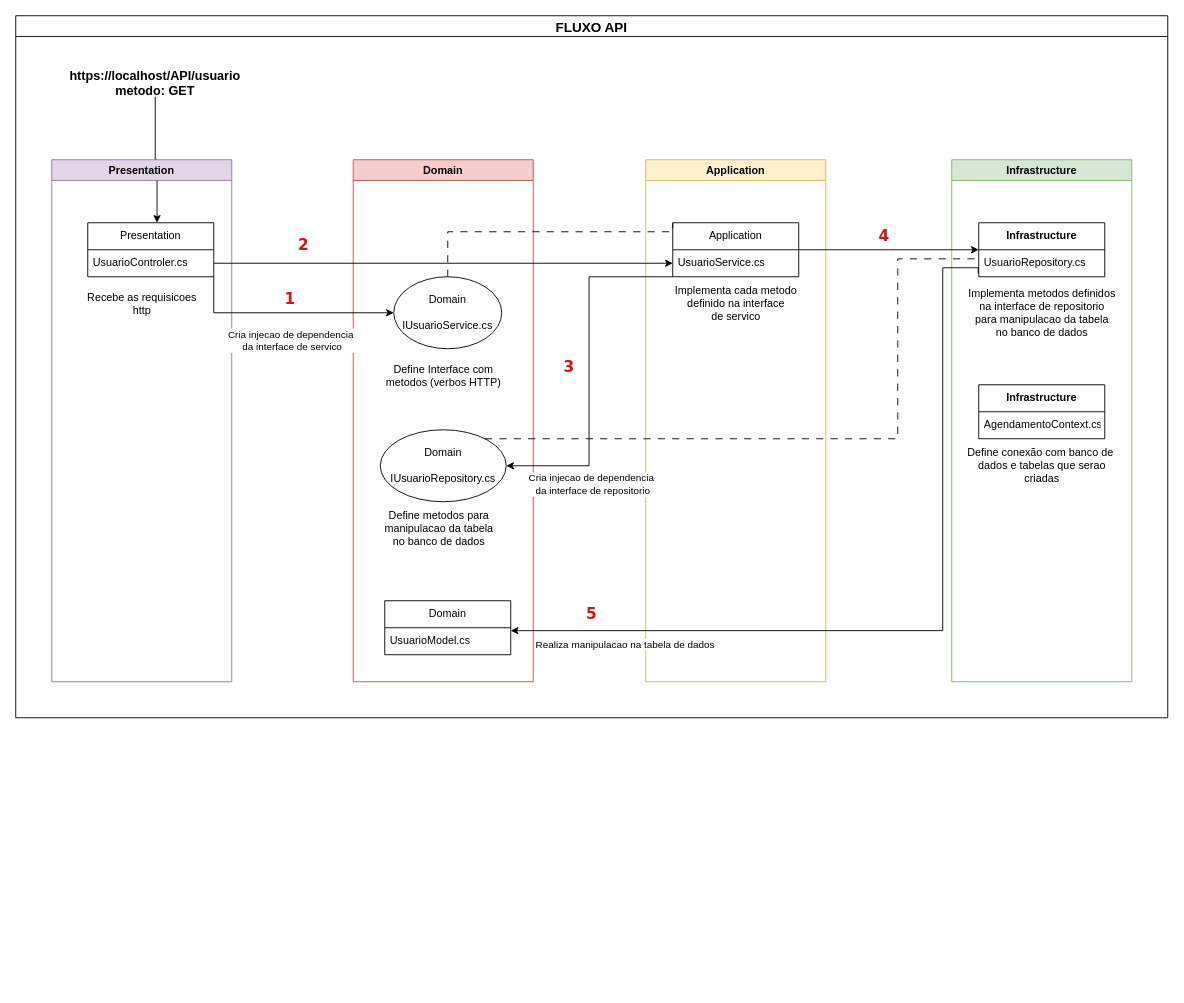
Earlier version of the draw.io diagram PUC_eixo06_fluxoApp.drawio (Allandpn/PUCMInas-Eixo06). Source tidied: cells renumbered, new cells numbered last; positions are measured from the earlier drawing's top-left corner, leaving out a move shared by most shapes. Both pictures are drawn from the tidied source at 90%, with x=0, y=0 at pixel (15, 15).
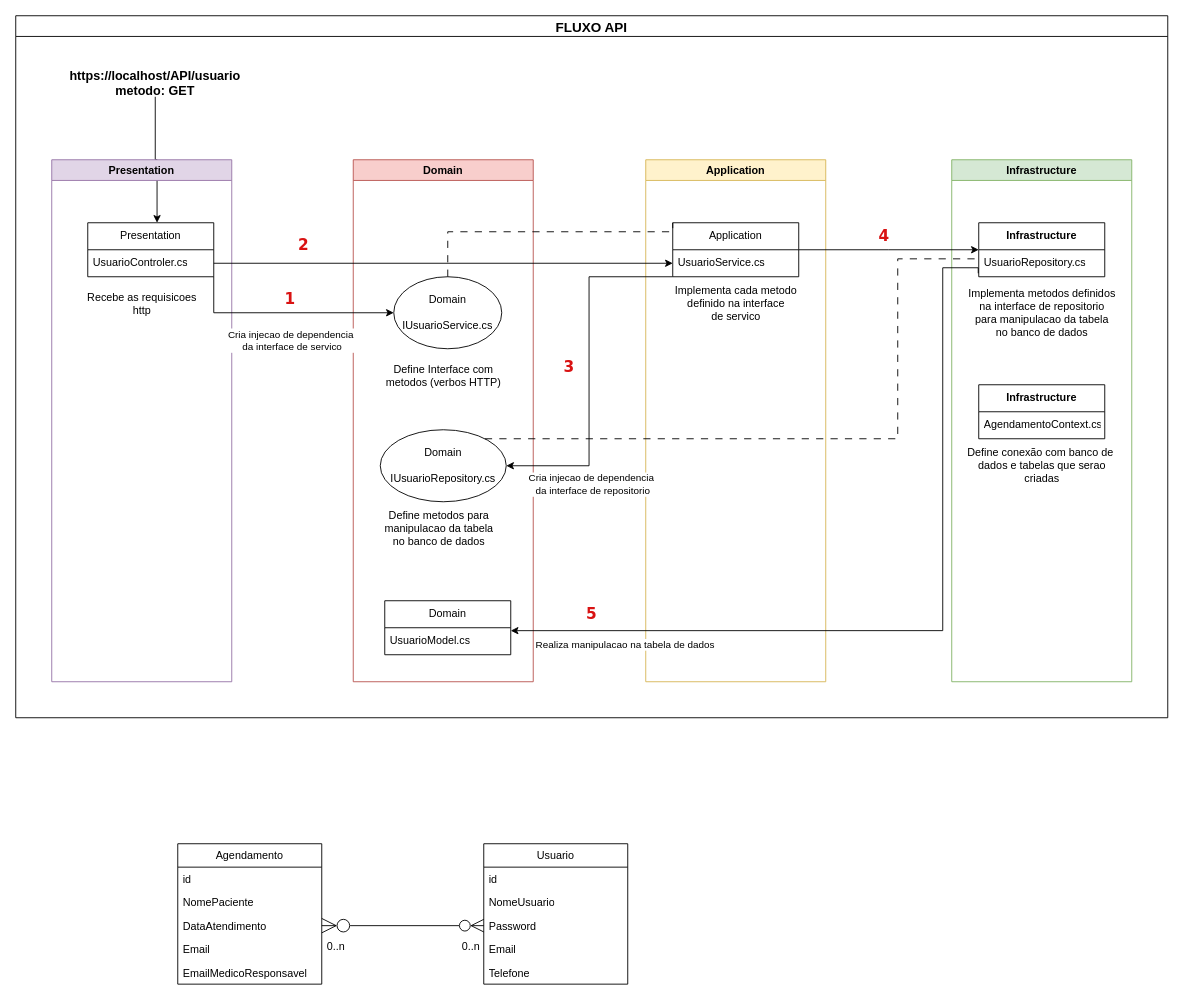
After the change.

The edit, as a diff of the source:
```diff
@@
+    <mxCell id="42" value="Agendamento" style="swimlane;fontStyle=0;horizontal=1;startSize=26;fillColor=none;whiteSpace=wrap;html=1;" parent="1" vertex="1">
+      <mxGeometry x="180" y="920" width="160" height="156" as="geometry" />
+    </mxCell>
+    <mxCell id="43" value="id" style="text;strokeColor=none;fillColor=none;align=left;verticalAlign=top;spacingLeft=4;spacingRight=4;overflow=hidden;whiteSpace=wrap;html=1;" parent="42" vertex="1">
+      <mxGeometry y="26" width="160" height="26" as="geometry" />
+    </mxCell>
+    <mxCell id="44" value="NomePaciente" style="text;strokeColor=none;fillColor=none;align=left;verticalAlign=top;spacingLeft=4;spacingRight=4;overflow=hidden;whiteSpace=wrap;html=1;" parent="42" vertex="1">
+      <mxGeometry y="52" width="160" height="26" as="geometry" />
+    </mxCell>
+    <mxCell id="45" value="DataAtendimento" style="text;strokeColor=none;fillColor=none;align=left;verticalAlign=top;spacingLeft=4;spacingRight=4;overflow=hidden;points=[[0,0.5],[1,0.5]];portConstraint=eastwest;whiteSpace=wrap;html=1;" parent="42" vertex="1">
+      <mxGeometry y="78" width="160" height="26" as="geometry" />
+    </mxCell>
+    <mxCell id="46" value="Email" style="text;strokeColor=none;fillColor=none;align=left;verticalAlign=top;spacingLeft=4;spacingRight=4;overflow=hidden;whiteSpace=wrap;html=1;" parent="42" vertex="1">
+      <mxGeometry y="104" width="160" height="26" as="geometry" />
+    </mxCell>
+    <mxCell id="47" value="EmailMedicoResponsavel" style="text;strokeColor=none;fillColor=none;align=left;verticalAlign=top;spacingLeft=4;spacingRight=4;overflow=hidden;whiteSpace=wrap;html=1;" parent="42" vertex="1">
+      <mxGeometry y="130" width="160" height="26" as="geometry" />
+    </mxCell>
+    <mxCell id="48" value="Usuario" style="swimlane;fontStyle=0;horizontal=1;startSize=26;fillColor=none;whiteSpace=wrap;html=1;" parent="1" vertex="1">
+      <mxGeometry x="520" y="920" width="160" height="156" as="geometry" />
+    </mxCell>
+    <mxCell id="49" value="id" style="text;strokeColor=none;fillColor=none;align=left;verticalAlign=top;spacingLeft=4;spacingRight=4;overflow=hidden;whiteSpace=wrap;html=1;" parent="48" vertex="1">
+      <mxGeometry y="26" width="160" height="26" as="geometry" />
+    </mxCell>
+    <mxCell id="50" value="NomeUsuario" style="text;strokeColor=none;fillColor=none;align=left;verticalAlign=top;spacingLeft=4;spacingRight=4;overflow=hidden;whiteSpace=wrap;html=1;" parent="48" vertex="1">
+      <mxGeometry y="52" width="160" height="26" as="geometry" />
+    </mxCell>
+    <mxCell id="51" value="Password" style="text;strokeColor=none;fillColor=none;align=left;verticalAlign=top;spacingLeft=4;spacingRight=4;overflow=hidden;points=[[0,0.5],[1,0.5]];portConstraint=eastwest;whiteSpace=wrap;html=1;" parent="48" vertex="1">
+      <mxGeometry y="78" width="160" height="26" as="geometry" />
+    </mxCell>
+    <mxCell id="52" value="Email" style="text;strokeColor=none;fillColor=none;align=left;verticalAlign=top;spacingLeft=4;spacingRight=4;overflow=hidden;whiteSpace=wrap;html=1;" parent="48" vertex="1">
+      <mxGeometry y="104" width="160" height="26" as="geometry" />
+    </mxCell>
+    <mxCell id="53" value="Telefone" style="text;strokeColor=none;fillColor=none;align=left;verticalAlign=top;spacingLeft=4;spacingRight=4;overflow=hidden;whiteSpace=wrap;html=1;" parent="48" vertex="1">
+      <mxGeometry y="130" width="160" height="26" as="geometry" />
+    </mxCell>
+    <mxCell id="54" style="endArrow=ERzeroToMany;html=1;endSize=12;startArrow=ERzeroToMany;startSize=14;startFill=0;edgeStyle=orthogonalEdgeStyle;rounded=0;fontFamily=Helvetica;fontSize=12;fontColor=default;exitX=1;exitY=0.5;exitDx=0;exitDy=0;entryX=0;entryY=0.5;entryDx=0;entryDy=0;endFill=0;" parent="1" edge="1" source="45" target="51">
+      <mxGeometry relative="1" as="geometry" />
+    </mxCell>
+    <mxCell id="55" value="0..n" style="edgeLabel;html=1;align=left;verticalAlign=top;spacingLeft=4;spacingRight=4;fontFamily=Helvetica;fontSize=12;fontColor=default;fillColor=none;gradientColor=none;" parent="54" vertex="1">
+      <mxGeometry x="-1" relative="1" as="geometry">
+        <mxPoint y="9" as="offset" />
+      </mxGeometry>
+    </mxCell>
+    <mxCell id="56" value="&lt;span style=&quot;text-align: left;&quot;&gt;0..n&lt;/span&gt;" style="edgeLabel;html=1;align=right;verticalAlign=top;spacingLeft=4;spacingRight=4;fontFamily=Helvetica;fontSize=12;fontColor=default;fillColor=none;gradientColor=none;" parent="54" vertex="1">
+      <mxGeometry x="1" relative="1" as="geometry">
+        <mxPoint y="9" as="offset" />
+      </mxGeometry>
+    </mxCell>
```
